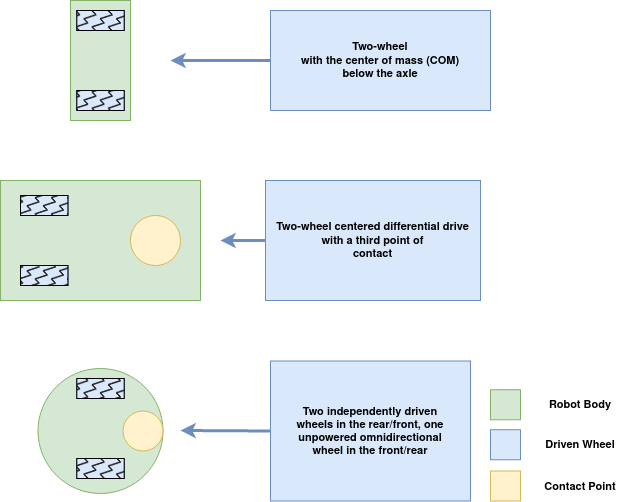
orjano-max/ORJANOS_MASTER_REPO keeps this draw.io diagram as Figures/DifferentialDrive.drawio.png. Above is the earlier version. Source tidied: cells renumbered, new cells last; positions are measured from the earlier drawing's top-left corner, leaving out a move shared by most shapes. Its diagram source:
```xml
<mxGraphModel>
  <root>
    <mxCell id="0" />
    <mxCell id="1" parent="0" />
    <mxCell id="2" style="group;" parent="1" vertex="1">
      <mxGeometry x="70" width="60" height="120" as="geometry" />
    </mxCell>
    <mxCell id="3" style="rounded=0;whiteSpace=wrap;html=1;direction=south;fillColor=#d5e8d4;strokeColor=#82b366;" parent="2" vertex="1">
      <mxGeometry width="60" height="120" as="geometry" />
    </mxCell>
    <mxCell id="4" style="rounded=0;whiteSpace=wrap;html=1;fillStyle=auto;fillColor=#dae8fc;strokeColor=#6c8ebf;" parent="2" vertex="1">
      <mxGeometry x="6.2" y="10" width="47.5" height="20" as="geometry" />
    </mxCell>
    <mxCell id="5" style="rounded=0;whiteSpace=wrap;html=1;fillStyle=zigzag-line;fillColor=#242424;" parent="2" vertex="1">
      <mxGeometry x="6.2" y="10" width="47.5" height="20" as="geometry" />
    </mxCell>
    <mxCell id="6" style="rounded=0;whiteSpace=wrap;html=1;fillStyle=auto;fillColor=#dae8fc;strokeColor=#6c8ebf;" parent="2" vertex="1">
      <mxGeometry x="6.2" y="90" width="47.5" height="20" as="geometry" />
    </mxCell>
    <mxCell id="7" style="rounded=0;whiteSpace=wrap;html=1;fillStyle=zigzag-line;fillColor=#242424;" parent="2" vertex="1">
      <mxGeometry x="6.2" y="90" width="47.5" height="20" as="geometry" />
    </mxCell>
    <mxCell id="8" style="group;fillColor=#d5e8d4;strokeColor=#82b366;" parent="1" vertex="1">
      <mxGeometry y="180" width="200" height="120" as="geometry" />
    </mxCell>
    <mxCell id="9" style="rounded=0;whiteSpace=wrap;html=1;direction=south;fillColor=#d5e8d4;strokeColor=#82b366;" parent="8" vertex="1">
      <mxGeometry width="200" height="120" as="geometry" />
    </mxCell>
    <mxCell id="10" style="ellipse;whiteSpace=wrap;html=1;fillColor=#fff2cc;strokeColor=#d6b656;" parent="8" vertex="1">
      <mxGeometry x="130" y="35" width="50" height="50" as="geometry" />
    </mxCell>
    <mxCell id="11" style="rounded=0;whiteSpace=wrap;html=1;fillStyle=auto;fillColor=#dae8fc;strokeColor=#6c8ebf;" parent="8" vertex="1">
      <mxGeometry x="20" y="15" width="47.5" height="20" as="geometry" />
    </mxCell>
    <mxCell id="12" style="rounded=0;whiteSpace=wrap;html=1;fillStyle=zigzag-line;fillColor=#242424;" parent="8" vertex="1">
      <mxGeometry x="20" y="15" width="47.5" height="20" as="geometry" />
    </mxCell>
    <mxCell id="13" style="rounded=0;whiteSpace=wrap;html=1;fillStyle=auto;fillColor=#dae8fc;strokeColor=#6c8ebf;" parent="8" vertex="1">
      <mxGeometry x="20" y="85" width="47.5" height="20" as="geometry" />
    </mxCell>
    <mxCell id="14" style="rounded=0;whiteSpace=wrap;html=1;fillStyle=zigzag-line;fillColor=#242424;" parent="8" vertex="1">
      <mxGeometry x="20" y="85" width="47.5" height="20" as="geometry" />
    </mxCell>
    <mxCell id="15" style="group;" parent="1" vertex="1">
      <mxGeometry x="37.5" y="368" width="125" height="125" as="geometry" />
    </mxCell>
    <mxCell id="16" style="ellipse;whiteSpace=wrap;html=1;fillColor=#d5e8d4;strokeColor=#82b366;" parent="15" vertex="1">
      <mxGeometry width="125" height="125" as="geometry" />
    </mxCell>
    <mxCell id="17" style="rounded=0;whiteSpace=wrap;html=1;fillStyle=auto;fillColor=#dae8fc;strokeColor=#6c8ebf;" parent="15" vertex="1">
      <mxGeometry x="38.8" y="10" width="47.5" height="20" as="geometry" />
    </mxCell>
    <mxCell id="18" style="rounded=0;whiteSpace=wrap;html=1;fillStyle=zigzag-line;fillColor=#242424;" parent="15" vertex="1">
      <mxGeometry x="38.8" y="10" width="47.5" height="20" as="geometry" />
    </mxCell>
    <mxCell id="19" style="rounded=0;whiteSpace=wrap;html=1;fillStyle=auto;fillColor=#dae8fc;strokeColor=#6c8ebf;" parent="15" vertex="1">
      <mxGeometry x="38.8" y="90" width="47.5" height="20" as="geometry" />
    </mxCell>
    <mxCell id="20" style="rounded=0;whiteSpace=wrap;html=1;fillStyle=zigzag-line;fillColor=#242424;" parent="15" vertex="1">
      <mxGeometry x="38.8" y="90" width="47.5" height="20" as="geometry" />
    </mxCell>
    <mxCell id="21" style="ellipse;whiteSpace=wrap;html=1;fillColor=#fff2cc;strokeColor=#d6b656;" parent="15" vertex="1">
      <mxGeometry x="85" y="42.5" width="40" height="40" as="geometry" />
    </mxCell>
    <mxCell id="22" style="rounded=0;jettySize=auto;html=1;exitX=0;exitY=0.5;exitDx=0;exitDy=0;strokeWidth=3;fillColor=#dae8fc;strokeColor=#6c8ebf;" parent="1" edge="1" source="23">
      <mxGeometry relative="1" as="geometry">
        <mxPoint x="170" y="60" as="targetPoint" />
      </mxGeometry>
    </mxCell>
    <mxCell id="23" value="Two-wheel &lt;span class=&quot;&quot; dir=&quot;ltr&quot; role=&quot;presentation&quot; style=&quot;left: 42.26%; top: 25.94%; font-size: 11px; transform: scaleX(0.80275);&quot;&gt;&lt;/span&gt;&lt;br role=&quot;presentation&quot; style=&quot;font-size: 11px;&quot;&gt;&lt;span dir=&quot;ltr&quot; role=&quot;presentation&quot; style=&quot;left: 42.26%; top: 27.63%; font-size: 11px; transform: scaleX(0.793681);&quot;&gt;with the center of mass (COM)&lt;/span&gt;&lt;br role=&quot;presentation&quot; style=&quot;font-size: 11px;&quot;&gt;&lt;span dir=&quot;ltr&quot; role=&quot;presentation&quot; style=&quot;left: 42.26%; top: 29.32%; font-size: 11px; transform: scaleX(0.79215);&quot;&gt;below the axle&lt;/span&gt;" style="text;html=1;strokeColor=#6c8ebf;fillColor=#dae8fc;align=center;verticalAlign=middle;whiteSpace=wrap;rounded=0;fontSize=11;fontStyle=1;fontFamily=Helvetica;" parent="1" vertex="1">
      <mxGeometry x="270" y="10" width="220" height="100" as="geometry" />
    </mxCell>
    <mxCell id="24" value="Two-wheel centered differen&lt;span class=&quot;&quot; dir=&quot;ltr&quot; role=&quot;presentation&quot; style=&quot;left: 42.26%; top: 36.37%; font-size: 11px; transform: scaleX(0.788026);&quot;&gt;tial drive &lt;br&gt;with a third point of&lt;/span&gt;&lt;br role=&quot;presentation&quot; style=&quot;font-size: 11px;&quot;&gt;&lt;span dir=&quot;ltr&quot; role=&quot;presentation&quot; style=&quot;left: 42.26%; top: 38.07%; font-size: 11px; transform: scaleX(0.766178);&quot;&gt;contact&lt;/span&gt;" style="text;html=1;strokeColor=#6c8ebf;fillColor=#dae8fc;align=center;verticalAlign=middle;whiteSpace=wrap;rounded=0;fontSize=11;fontStyle=1;fontFamily=Helvetica;" parent="1" vertex="1">
      <mxGeometry x="265" y="180" width="215" height="120" as="geometry" />
    </mxCell>
    <mxCell id="25" value="Two independently driven&lt;br role=&quot;presentation&quot; style=&quot;font-size: 11px;&quot;&gt;&lt;span dir=&quot;ltr&quot; role=&quot;presentation&quot; style=&quot;left: 42.26%; top: 44.73%; font-size: 11px; transform: scaleX(0.773424);&quot;&gt;wheels in the rear/front, one&lt;/span&gt;&lt;br role=&quot;presentation&quot; style=&quot;font-size: 11px;&quot;&gt;&lt;span dir=&quot;ltr&quot; role=&quot;presentation&quot; style=&quot;left: 42.26%; top: 46.44%; font-size: 11px; transform: scaleX(0.78742);&quot;&gt;unpowered omnidirectional&lt;/span&gt;&lt;br role=&quot;presentation&quot; style=&quot;font-size: 11px;&quot;&gt;&lt;span dir=&quot;ltr&quot; role=&quot;presentation&quot; style=&quot;left: 42.26%; top: 48.13%; font-size: 11px; transform: scaleX(0.771916);&quot;&gt;wheel in the front/rear&lt;/span&gt;" style="text;html=1;strokeColor=#6c8ebf;fillColor=#dae8fc;align=center;verticalAlign=middle;whiteSpace=wrap;rounded=0;fontSize=11;fontStyle=1;fontFamily=Helvetica;" parent="1" vertex="1">
      <mxGeometry x="270" y="360.5" width="200" height="140" as="geometry" />
    </mxCell>
    <mxCell id="26" style="rounded=0;jettySize=auto;html=1;exitX=0;exitY=0.5;exitDx=0;exitDy=0;strokeWidth=3;fillColor=#dae8fc;strokeColor=#6c8ebf;" parent="1" edge="1" source="24">
      <mxGeometry relative="1" as="geometry">
        <mxPoint x="220" y="240" as="targetPoint" />
      </mxGeometry>
    </mxCell>
    <mxCell id="27" style="rounded=0;jettySize=auto;html=1;strokeWidth=3;fillColor=#dae8fc;strokeColor=#6c8ebf;exitX=0;exitY=0.5;exitDx=0;exitDy=0;" parent="1" edge="1" source="25">
      <mxGeometry relative="1" as="geometry">
        <mxPoint x="180" y="430" as="targetPoint" />
      </mxGeometry>
    </mxCell>
    <mxCell id="28" style="whiteSpace=wrap;html=1;fillColor=#d5e8d4;strokeColor=#82b366;" parent="1" vertex="1">
      <mxGeometry x="490" y="389.2" width="30" height="30" as="geometry" />
    </mxCell>
    <mxCell id="29" style="whiteSpace=wrap;html=1;fillColor=#dae8fc;strokeColor=#6c8ebf;" parent="1" vertex="1">
      <mxGeometry x="490" y="429.2" width="30" height="30" as="geometry" />
    </mxCell>
    <mxCell id="30" style="whiteSpace=wrap;html=1;fillColor=#fff2cc;strokeColor=#d6b656;" parent="1" vertex="1">
      <mxGeometry x="490" y="470.5" width="30" height="30" as="geometry" />
    </mxCell>
    <mxCell id="31" value="Robot Body" style="text;html=1;strokeColor=none;fillColor=none;align=center;verticalAlign=middle;whiteSpace=wrap;rounded=0;fontSize=11;fontStyle=1;" parent="1" vertex="1">
      <mxGeometry x="520" y="389.2" width="120" height="30" as="geometry" />
    </mxCell>
    <mxCell id="32" value="Driven Wheel" style="text;html=1;strokeColor=none;fillColor=none;align=center;verticalAlign=middle;whiteSpace=wrap;rounded=0;fontSize=11;fontStyle=1;" parent="1" vertex="1">
      <mxGeometry x="520" y="429.2" width="120" height="30" as="geometry" />
    </mxCell>
    <mxCell id="33" value="Contact Point" style="text;html=1;strokeColor=none;fillColor=none;align=center;verticalAlign=middle;whiteSpace=wrap;rounded=0;fontSize=11;fontStyle=1;" parent="1" vertex="1">
      <mxGeometry x="520" y="470.5" width="120" height="30" as="geometry" />
    </mxCell>
  </root>
</mxGraphModel>
```
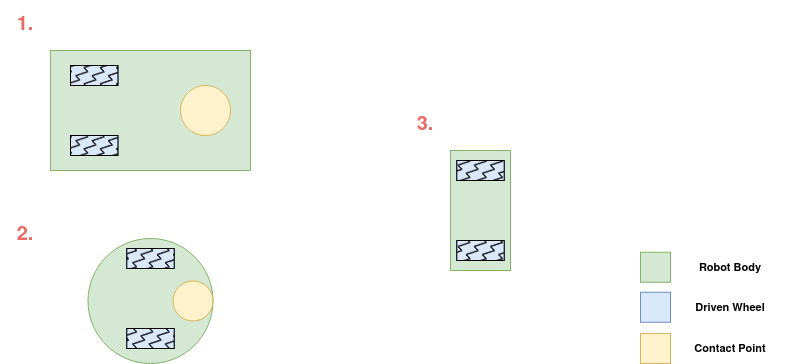
After the change.

Change to the diagram source:
```diff
@@ -3,7 +3,7 @@
     <mxCell id="0" />
     <mxCell id="1" parent="0" />
     <mxCell id="2" style="group;" parent="1" vertex="1">
-      <mxGeometry x="70" width="60" height="120" as="geometry" />
+      <mxGeometry x="400" y="280" width="60" height="120" as="geometry" />
     </mxCell>
     <mxCell id="3" style="rounded=0;whiteSpace=wrap;html=1;direction=south;fillColor=#d5e8d4;strokeColor=#82b366;" parent="2" vertex="1">
       <mxGeometry width="60" height="120" as="geometry" />
@@ -62,47 +62,32 @@
     <mxCell id="21" style="ellipse;whiteSpace=wrap;html=1;fillColor=#fff2cc;strokeColor=#d6b656;" parent="15" vertex="1">
       <mxGeometry x="85" y="42.5" width="40" height="40" as="geometry" />
     </mxCell>
-    <mxCell id="22" style="rounded=0;jettySize=auto;html=1;exitX=0;exitY=0.5;exitDx=0;exitDy=0;strokeWidth=3;fillColor=#dae8fc;strokeColor=#6c8ebf;" parent="1" edge="1" source="23">
-      <mxGeometry relative="1" as="geometry">
-        <mxPoint x="170" y="60" as="targetPoint" />
-      </mxGeometry>
-    </mxCell>
-    <mxCell id="23" value="Two-wheel &lt;span class=&quot;&quot; dir=&quot;ltr&quot; role=&quot;presentation&quot; style=&quot;left: 42.26%; top: 25.94%; font-size: 11px; transform: scaleX(0.80275);&quot;&gt;&lt;/span&gt;&lt;br role=&quot;presentation&quot; style=&quot;font-size: 11px;&quot;&gt;&lt;span dir=&quot;ltr&quot; role=&quot;presentation&quot; style=&quot;left: 42.26%; top: 27.63%; font-size: 11px; transform: scaleX(0.793681);&quot;&gt;with the center of mass (COM)&lt;/span&gt;&lt;br role=&quot;presentation&quot; style=&quot;font-size: 11px;&quot;&gt;&lt;span dir=&quot;ltr&quot; role=&quot;presentation&quot; style=&quot;left: 42.26%; top: 29.32%; font-size: 11px; transform: scaleX(0.79215);&quot;&gt;below the axle&lt;/span&gt;" style="text;html=1;strokeColor=#6c8ebf;fillColor=#dae8fc;align=center;verticalAlign=middle;whiteSpace=wrap;rounded=0;fontSize=11;fontStyle=1;fontFamily=Helvetica;" parent="1" vertex="1">
-      <mxGeometry x="270" y="10" width="220" height="100" as="geometry" />
-    </mxCell>
-    <mxCell id="24" value="Two-wheel centered differen&lt;span class=&quot;&quot; dir=&quot;ltr&quot; role=&quot;presentation&quot; style=&quot;left: 42.26%; top: 36.37%; font-size: 11px; transform: scaleX(0.788026);&quot;&gt;tial drive &lt;br&gt;with a third point of&lt;/span&gt;&lt;br role=&quot;presentation&quot; style=&quot;font-size: 11px;&quot;&gt;&lt;span dir=&quot;ltr&quot; role=&quot;presentation&quot; style=&quot;left: 42.26%; top: 38.07%; font-size: 11px; transform: scaleX(0.766178);&quot;&gt;contact&lt;/span&gt;" style="text;html=1;strokeColor=#6c8ebf;fillColor=#dae8fc;align=center;verticalAlign=middle;whiteSpace=wrap;rounded=0;fontSize=11;fontStyle=1;fontFamily=Helvetica;" parent="1" vertex="1">
-      <mxGeometry x="265" y="180" width="215" height="120" as="geometry" />
-    </mxCell>
-    <mxCell id="25" value="Two independently driven&lt;br role=&quot;presentation&quot; style=&quot;font-size: 11px;&quot;&gt;&lt;span dir=&quot;ltr&quot; role=&quot;presentation&quot; style=&quot;left: 42.26%; top: 44.73%; font-size: 11px; transform: scaleX(0.773424);&quot;&gt;wheels in the rear/front, one&lt;/span&gt;&lt;br role=&quot;presentation&quot; style=&quot;font-size: 11px;&quot;&gt;&lt;span dir=&quot;ltr&quot; role=&quot;presentation&quot; style=&quot;left: 42.26%; top: 46.44%; font-size: 11px; transform: scaleX(0.78742);&quot;&gt;unpowered omnidirectional&lt;/span&gt;&lt;br role=&quot;presentation&quot; style=&quot;font-size: 11px;&quot;&gt;&lt;span dir=&quot;ltr&quot; role=&quot;presentation&quot; style=&quot;left: 42.26%; top: 48.13%; font-size: 11px; transform: scaleX(0.771916);&quot;&gt;wheel in the front/rear&lt;/span&gt;" style="text;html=1;strokeColor=#6c8ebf;fillColor=#dae8fc;align=center;verticalAlign=middle;whiteSpace=wrap;rounded=0;fontSize=11;fontStyle=1;fontFamily=Helvetica;" parent="1" vertex="1">
-      <mxGeometry x="270" y="360.5" width="200" height="140" as="geometry" />
-    </mxCell>
-    <mxCell id="26" style="rounded=0;jettySize=auto;html=1;exitX=0;exitY=0.5;exitDx=0;exitDy=0;strokeWidth=3;fillColor=#dae8fc;strokeColor=#6c8ebf;" parent="1" edge="1" source="24">
-      <mxGeometry relative="1" as="geometry">
-        <mxPoint x="220" y="240" as="targetPoint" />
-      </mxGeometry>
-    </mxCell>
-    <mxCell id="27" style="rounded=0;jettySize=auto;html=1;strokeWidth=3;fillColor=#dae8fc;strokeColor=#6c8ebf;exitX=0;exitY=0.5;exitDx=0;exitDy=0;" parent="1" edge="1" source="25">
-      <mxGeometry relative="1" as="geometry">
-        <mxPoint x="180" y="430" as="targetPoint" />
-      </mxGeometry>
-    </mxCell>
     <mxCell id="28" style="whiteSpace=wrap;html=1;fillColor=#d5e8d4;strokeColor=#82b366;" parent="1" vertex="1">
-      <mxGeometry x="490" y="389.2" width="30" height="30" as="geometry" />
+      <mxGeometry x="590" y="381.8" width="30" height="30" as="geometry" />
     </mxCell>
     <mxCell id="29" style="whiteSpace=wrap;html=1;fillColor=#dae8fc;strokeColor=#6c8ebf;" parent="1" vertex="1">
-      <mxGeometry x="490" y="429.2" width="30" height="30" as="geometry" />
+      <mxGeometry x="590" y="421.8" width="30" height="30" as="geometry" />
     </mxCell>
     <mxCell id="30" style="whiteSpace=wrap;html=1;fillColor=#fff2cc;strokeColor=#d6b656;" parent="1" vertex="1">
-      <mxGeometry x="490" y="470.5" width="30" height="30" as="geometry" />
+      <mxGeometry x="590" y="463" width="30" height="30" as="geometry" />
     </mxCell>
     <mxCell id="31" value="Robot Body" style="text;html=1;strokeColor=none;fillColor=none;align=center;verticalAlign=middle;whiteSpace=wrap;rounded=0;fontSize=11;fontStyle=1;" parent="1" vertex="1">
-      <mxGeometry x="520" y="389.2" width="120" height="30" as="geometry" />
+      <mxGeometry x="620" y="381.8" width="120" height="30" as="geometry" />
     </mxCell>
     <mxCell id="32" value="Driven Wheel" style="text;html=1;strokeColor=none;fillColor=none;align=center;verticalAlign=middle;whiteSpace=wrap;rounded=0;fontSize=11;fontStyle=1;" parent="1" vertex="1">
-      <mxGeometry x="520" y="429.2" width="120" height="30" as="geometry" />
+      <mxGeometry x="620" y="421.8" width="120" height="30" as="geometry" />
     </mxCell>
     <mxCell id="33" value="Contact Point" style="text;html=1;strokeColor=none;fillColor=none;align=center;verticalAlign=middle;whiteSpace=wrap;rounded=0;fontSize=11;fontStyle=1;" parent="1" vertex="1">
-      <mxGeometry x="520" y="470.5" width="120" height="30" as="geometry" />
+      <mxGeometry x="620" y="463" width="120" height="30" as="geometry" />
     </mxCell>
+    <mxCell id="34" value="&lt;font size=&quot;1&quot;&gt;&lt;b style=&quot;font-size: 20px;&quot;&gt;2.&lt;/b&gt;&lt;/font&gt;" style="text;html=1;strokeColor=none;fillColor=none;align=center;verticalAlign=middle;whiteSpace=wrap;rounded=0;fontColor=#EA6B66;" parent="1" vertex="1">
+      <mxGeometry x="-50" y="340" width="50" height="50" as="geometry" />
+    </mxCell>
+    <mxCell id="35" value="&lt;font size=&quot;1&quot;&gt;&lt;b style=&quot;font-size: 20px;&quot;&gt;1.&lt;/b&gt;&lt;/font&gt;" style="text;html=1;strokeColor=none;fillColor=none;align=center;verticalAlign=middle;whiteSpace=wrap;rounded=0;fontColor=#EA6B66;" parent="1" vertex="1">
+      <mxGeometry x="-50" y="130" width="50" height="50" as="geometry" />
+    </mxCell>
+    <mxCell id="36" value="&lt;font size=&quot;1&quot;&gt;&lt;b style=&quot;font-size: 20px;&quot;&gt;3.&lt;/b&gt;&lt;/font&gt;" style="text;html=1;strokeColor=none;fillColor=none;align=center;verticalAlign=middle;whiteSpace=wrap;rounded=0;fontColor=#EA6B66;" parent="1" vertex="1">
+      <mxGeometry x="350" y="230" width="50" height="50" as="geometry" />
+    </mxCell>
   </root>
 </mxGraphModel>
```
